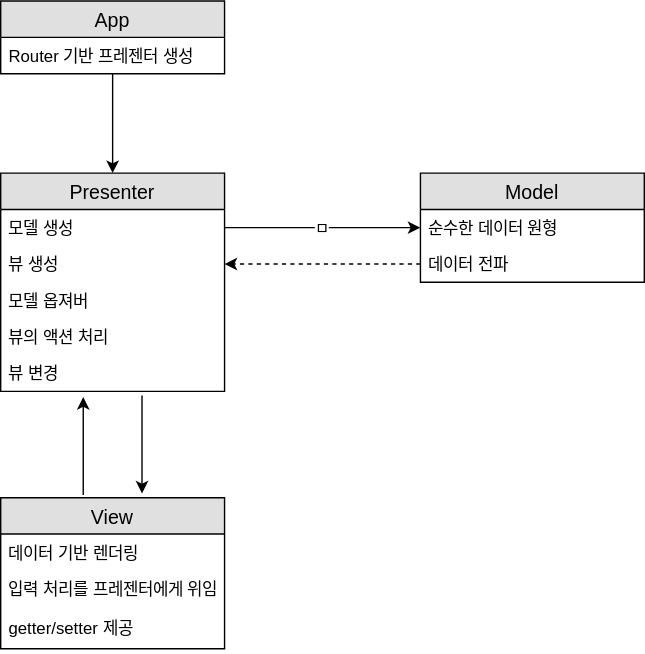
Above: assets/img/diagram/mvp.svg in ChoDragon9/chodragon9.github.io (draw.io), before the change. Source tidied: cells renumbered, new cells last; positions are measured from the earlier drawing's top-left corner, leaving out a move shared by most shapes.
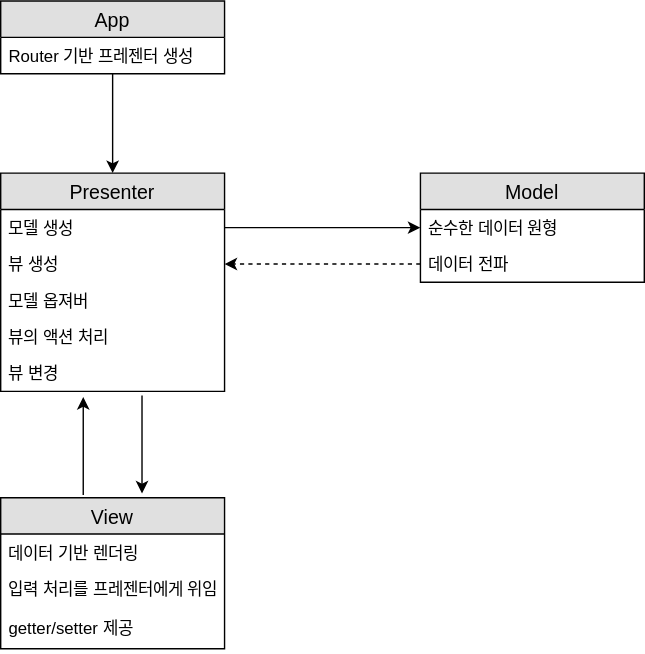
After the change.

The edit, as a diff of the source:
```diff
@@ -41,7 +41,7 @@
     <mxCell id="14" value="데이터 전파" style="text;strokeColor=none;fillColor=none;spacingLeft=4;spacingRight=4;overflow=hidden;points=[[0,0.5],[1,0.5]];portConstraint=eastwest;fontSize=12;" parent="12" vertex="1">
       <mxGeometry y="52" width="160" height="26" as="geometry" />
     </mxCell>
-    <mxCell id="15" value="ㅁ" style="endArrow=classic;html=1;entryX=0;entryY=0.5;exitX=1;exitY=0.5;" parent="1" edge="1" source="3" target="13">
+    <mxCell id="15" style="endArrow=classic;html=1;entryX=0;entryY=0.5;exitX=1;exitY=0.5;" parent="1" edge="1" source="3" target="13">
       <mxGeometry relative="1" as="geometry" />
     </mxCell>
     <mxCell id="16" style="endArrow=classic;html=1;exitX=0;exitY=0.5;entryX=1;entryY=0.5;dashed=1;" parent="1" edge="1" source="14" target="4">
```
